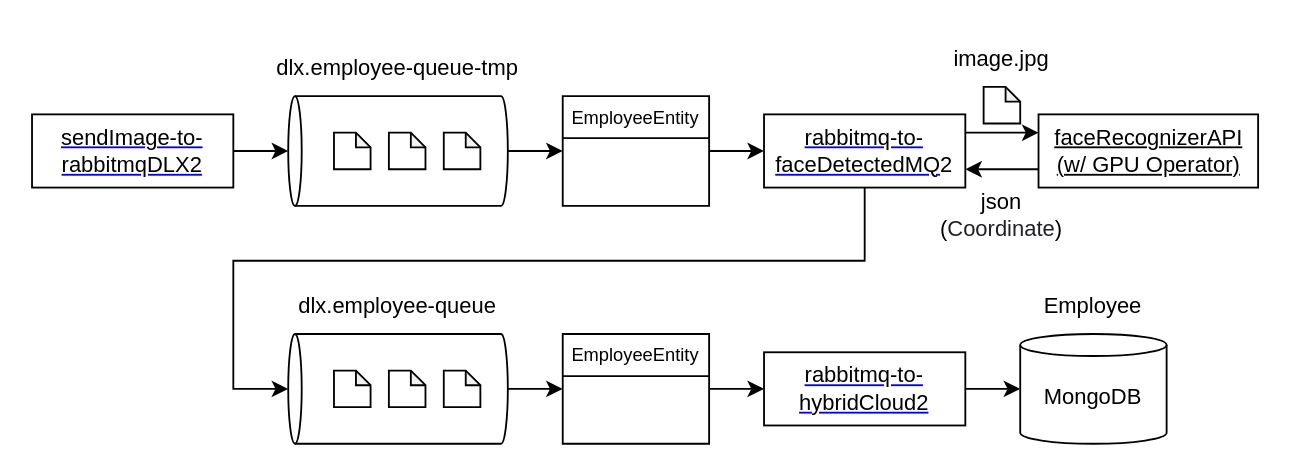
Earlier version of the draw.io diagram rabbitMQ_KEDA_Csharp2/rabbitMQ.drawio (developer-onizuka/Diagrams). Source tidied: cells renumbered, new cells numbered last; positions are measured from the earlier drawing's top-left corner, leaving out a move shared by most shapes. Both pictures are drawn from the tidied source at 183%, with x=0, y=0 at pixel (31, 31).
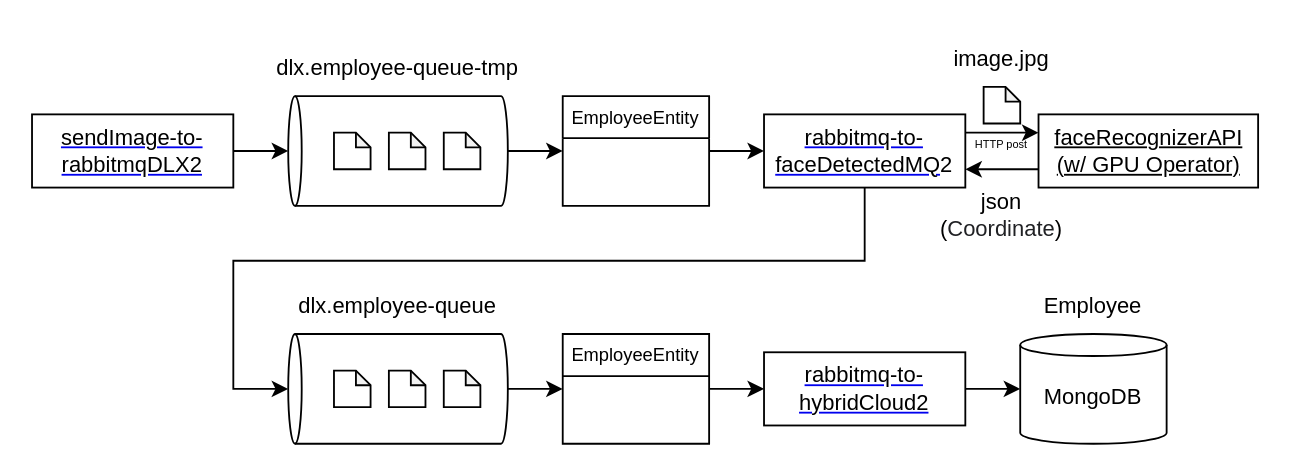
The same page after the edit.

Change to the diagram source:
```diff
@@
+    <mxCell id="37" value="&lt;font style=&quot;font-size: 6px;&quot;&gt;HTTP post&lt;/font&gt;" style="text;html=1;strokeColor=none;fillColor=none;align=center;verticalAlign=middle;whiteSpace=wrap;rounded=0;fontSize=12;fontColor=#000000;" parent="1" vertex="1">
+      <mxGeometry x="490" y="45" width="80" height="30" as="geometry" />
+    </mxCell>
```
